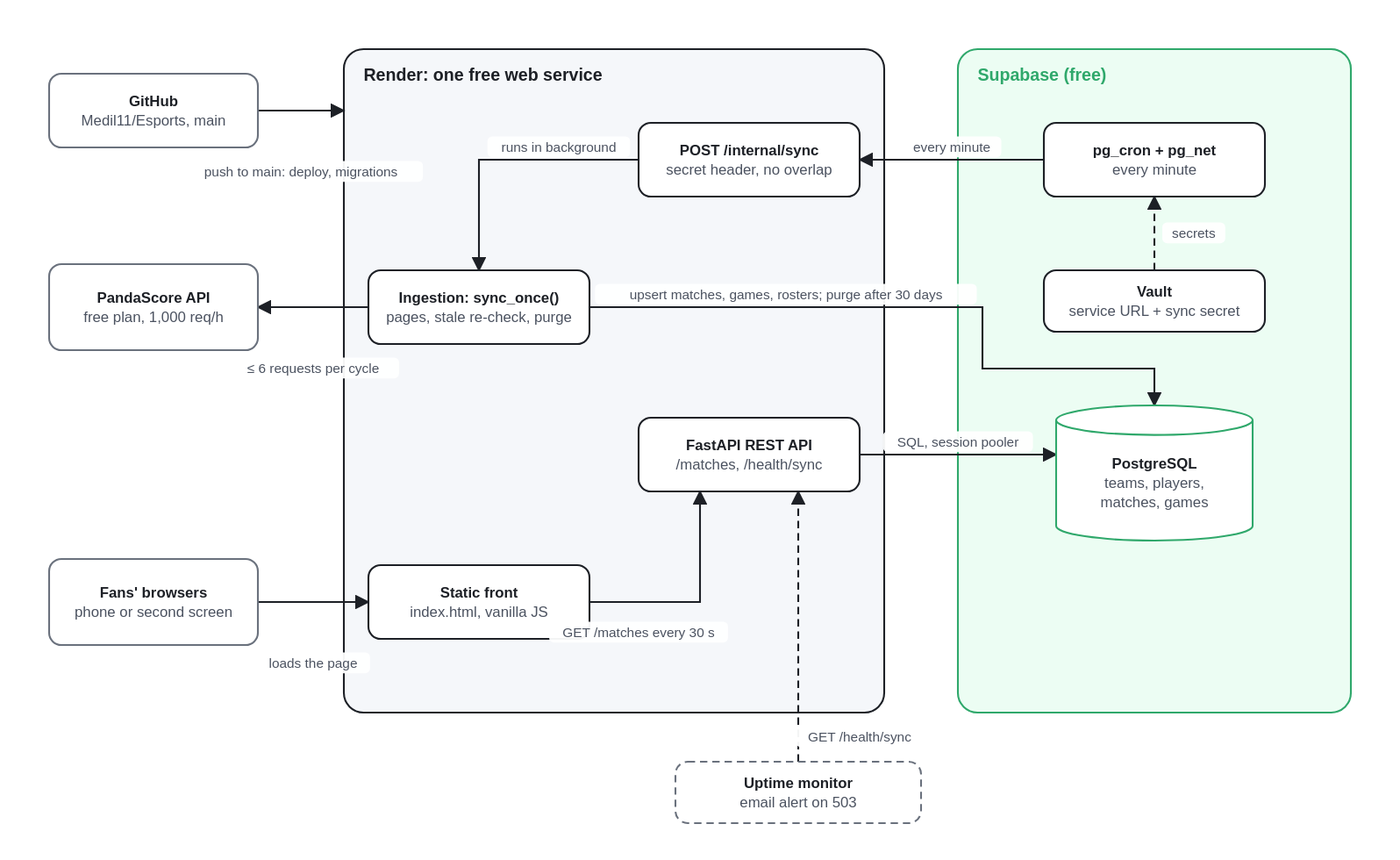
Above: docs/architecture.drawio.svg in Medil11/Undercard (draw.io), before the change. Source tidied: cells renumbered, new cells last; positions are measured from the earlier drawing's top-left corner, leaving out a move shared by most shapes. Its diagram source:
```xml
<mxGraphModel background="#ffffff">
  <root>
    <mxCell id="0" />
    <mxCell id="1" parent="0" />
    <mxCell id="2" value="Render: one free web service" style="rounded=1;arcSize=4;whiteSpace=wrap;html=1;fillColor=#f5f7fa;strokeColor=#1d2026;verticalAlign=top;align=left;spacingLeft=14;spacingTop=8;fontStyle=1;fontSize=14;" parent="1" vertex="1">
      <mxGeometry x="240" width="440" height="540" as="geometry" />
    </mxCell>
    <mxCell id="3" value="Supabase (free)" style="rounded=1;arcSize=4;whiteSpace=wrap;html=1;fillColor=#ecfdf3;strokeColor=#2fa86b;verticalAlign=top;align=left;spacingLeft=14;spacingTop=8;fontStyle=1;fontSize=14;" parent="1" vertex="1">
      <mxGeometry x="740" width="320" height="540" as="geometry" />
    </mxCell>
    <mxCell id="4" value="&lt;b&gt;POST /internal/sync&lt;/b&gt;&lt;br&gt;secret header, no overlap" style="rounded=1;arcSize=14;whiteSpace=wrap;html=1;fillColor=#ffffff;strokeColor=#1d2026;fontSize=12;" parent="2" vertex="1">
      <mxGeometry x="240" y="60" width="180" height="60" as="geometry" />
    </mxCell>
    <mxCell id="5" value="&lt;b&gt;Ingestion: sync_once()&lt;/b&gt;&lt;br&gt;pages, stale re-check, purge" style="rounded=1;arcSize=14;whiteSpace=wrap;html=1;fillColor=#ffffff;strokeColor=#1d2026;fontSize=12;" parent="2" vertex="1">
      <mxGeometry x="20" y="180" width="180" height="60" as="geometry" />
    </mxCell>
    <mxCell id="6" value="&lt;b&gt;FastAPI REST API&lt;/b&gt;&lt;br&gt;/matches, /health/sync" style="rounded=1;arcSize=14;whiteSpace=wrap;html=1;fillColor=#ffffff;strokeColor=#1d2026;fontSize=12;" parent="2" vertex="1">
      <mxGeometry x="240" y="300" width="180" height="60" as="geometry" />
    </mxCell>
    <mxCell id="7" value="&lt;b&gt;Static front&lt;/b&gt;&lt;br&gt;index.html, vanilla JS" style="rounded=1;arcSize=14;whiteSpace=wrap;html=1;fillColor=#ffffff;strokeColor=#1d2026;fontSize=12;" parent="2" vertex="1">
      <mxGeometry x="20" y="420" width="180" height="60" as="geometry" />
    </mxCell>
    <mxCell id="8" value="&lt;b&gt;pg_cron + pg_net&lt;/b&gt;&lt;br&gt;every minute" style="rounded=1;arcSize=14;whiteSpace=wrap;html=1;fillColor=#ffffff;strokeColor=#1d2026;fontSize=12;" parent="3" vertex="1">
      <mxGeometry x="70" y="60" width="180" height="60" as="geometry" />
    </mxCell>
    <mxCell id="9" value="&lt;b&gt;Vault&lt;/b&gt;&lt;br&gt;service URL + sync secret" style="rounded=1;arcSize=14;whiteSpace=wrap;html=1;fillColor=#ffffff;strokeColor=#1d2026;fontSize=12;" parent="3" vertex="1">
      <mxGeometry x="70" y="180" width="180" height="50" as="geometry" />
    </mxCell>
    <mxCell id="10" value="&lt;b&gt;PostgreSQL&lt;/b&gt;&lt;br&gt;teams, players,&lt;br&gt;matches, games" style="shape=cylinder3;boundedLbl=1;size=12;whiteSpace=wrap;html=1;fillColor=#ffffff;strokeColor=#2fa86b;fontSize=12;" parent="3" vertex="1">
      <mxGeometry x="80" y="290" width="160" height="110" as="geometry" />
    </mxCell>
    <mxCell id="11" value="&lt;b&gt;PandaScore API&lt;/b&gt;&lt;br&gt;free plan, 1,000 req/h" style="rounded=1;arcSize=14;whiteSpace=wrap;html=1;fillColor=#ffffff;strokeColor=#6a717d;fontSize=12;" parent="1" vertex="1">
      <mxGeometry y="175" width="170" height="70" as="geometry" />
    </mxCell>
    <mxCell id="12" value="&lt;b&gt;Fans' browsers&lt;/b&gt;&lt;br&gt;phone or second screen" style="rounded=1;arcSize=14;whiteSpace=wrap;html=1;fillColor=#ffffff;strokeColor=#6a717d;fontSize=12;" parent="1" vertex="1">
      <mxGeometry y="415" width="170" height="70" as="geometry" />
    </mxCell>
    <mxCell id="13" value="&lt;b&gt;GitHub&lt;/b&gt;&lt;br&gt;Medil11/Esports, main" style="rounded=1;arcSize=14;whiteSpace=wrap;html=1;fillColor=#ffffff;strokeColor=#6a717d;fontSize=12;" parent="1" vertex="1">
      <mxGeometry y="20" width="170" height="60" as="geometry" />
    </mxCell>
    <mxCell id="14" value="&lt;b&gt;Uptime monitor&lt;/b&gt;&lt;br&gt;email alert on 503" style="rounded=1;arcSize=14;whiteSpace=wrap;html=1;fillColor=#ffffff;strokeColor=#6a717d;fontSize=12;dashed=1;" parent="1" vertex="1">
      <mxGeometry x="510" y="580" width="200" height="50" as="geometry" />
    </mxCell>
    <mxCell id="15" value="every minute" style="edgeStyle=orthogonalEdgeStyle;rounded=1;html=1;endArrow=block;endFill=1;strokeColor=#1d2026;fontSize=11;labelBackgroundColor=#ffffff;" parent="1" edge="1" source="8" target="4">
      <mxGeometry relative="1" as="geometry" />
    </mxCell>
    <mxCell id="16" value="runs in background" style="edgeStyle=orthogonalEdgeStyle;rounded=1;html=1;endArrow=block;endFill=1;strokeColor=#1d2026;fontSize=11;labelBackgroundColor=#ffffff;" parent="1" edge="1" source="4" target="5">
      <mxGeometry relative="1" as="geometry">
        <Array as="points">
          <mxPoint x="350" y="90" />
        </Array>
      </mxGeometry>
    </mxCell>
    <mxCell id="17" value="≤ 6 requests per cycle" style="edgeStyle=orthogonalEdgeStyle;rounded=1;html=1;endArrow=block;endFill=1;strokeColor=#1d2026;fontSize=11;labelBackgroundColor=#ffffff;" parent="1" edge="1" source="5" target="11">
      <mxGeometry relative="1" as="geometry" />
    </mxCell>
    <mxCell id="18" value="upsert matches, games, rosters; purge after 30 days" style="edgeStyle=orthogonalEdgeStyle;rounded=1;html=1;endArrow=block;endFill=1;strokeColor=#1d2026;fontSize=11;labelBackgroundColor=#ffffff;" parent="1" edge="1" source="5" target="10">
      <mxGeometry relative="1" as="geometry">
        <Array as="points">
          <mxPoint x="760" y="210" />
          <mxPoint x="760" y="260" />
          <mxPoint x="900" y="260" />
        </Array>
      </mxGeometry>
    </mxCell>
    <mxCell id="19" value="SQL, session pooler" style="edgeStyle=orthogonalEdgeStyle;rounded=1;html=1;endArrow=block;endFill=1;strokeColor=#1d2026;fontSize=11;labelBackgroundColor=#ffffff;" parent="1" edge="1" source="6" target="10">
      <mxGeometry relative="1" as="geometry" />
    </mxCell>
    <mxCell id="20" value="secrets" style="edgeStyle=orthogonalEdgeStyle;rounded=1;html=1;endArrow=block;endFill=1;strokeColor=#1d2026;fontSize=11;labelBackgroundColor=#ffffff;dashed=1;" parent="1" edge="1" source="9" target="8">
      <mxGeometry relative="1" as="geometry" />
    </mxCell>
    <mxCell id="21" value="loads the page" style="edgeStyle=orthogonalEdgeStyle;rounded=1;html=1;endArrow=block;endFill=1;strokeColor=#1d2026;fontSize=11;labelBackgroundColor=#ffffff;" parent="1" edge="1" source="12" target="7">
      <mxGeometry relative="1" as="geometry" />
    </mxCell>
    <mxCell id="22" value="GET /matches every 30 s" style="edgeStyle=orthogonalEdgeStyle;rounded=1;html=1;endArrow=block;endFill=1;strokeColor=#1d2026;fontSize=11;labelBackgroundColor=#ffffff;" parent="1" edge="1" source="7" target="6">
      <mxGeometry relative="1" as="geometry">
        <Array as="points">
          <mxPoint x="530" y="450" />
        </Array>
      </mxGeometry>
    </mxCell>
    <mxCell id="23" value="push to main: deploy, migrations" style="edgeStyle=orthogonalEdgeStyle;rounded=1;html=1;endArrow=block;endFill=1;strokeColor=#1d2026;fontSize=11;labelBackgroundColor=#ffffff;" parent="1" edge="1" source="13" target="2">
      <mxGeometry relative="1" as="geometry" />
    </mxCell>
    <mxCell id="24" value="GET /health/sync" style="edgeStyle=orthogonalEdgeStyle;rounded=1;html=1;endArrow=block;endFill=1;strokeColor=#1d2026;fontSize=11;labelBackgroundColor=#ffffff;dashed=1;" parent="1" edge="1" source="14" target="6">
      <mxGeometry relative="1" as="geometry" />
    </mxCell>
  </root>
</mxGraphModel>
```
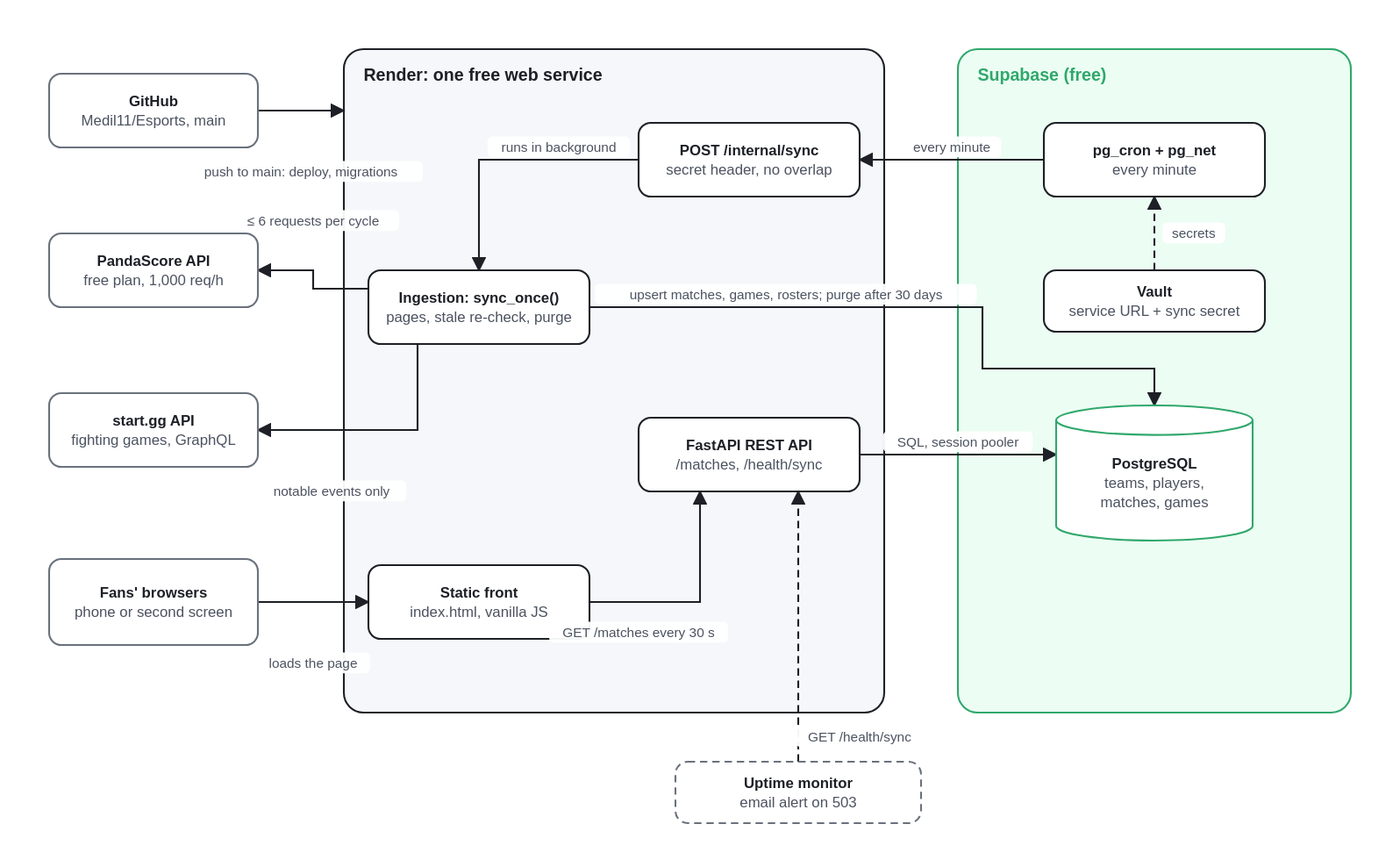
Later version of the same file.

Commit message:
feat(front): show fighting games and document start.gg

Diff of the diagram source:
```diff
@@ -30,8 +30,11 @@
       <mxGeometry x="80" y="290" width="160" height="110" as="geometry" />
     </mxCell>
     <mxCell id="11" value="&lt;b&gt;PandaScore API&lt;/b&gt;&lt;br&gt;free plan, 1,000 req/h" style="rounded=1;arcSize=14;whiteSpace=wrap;html=1;fillColor=#ffffff;strokeColor=#6a717d;fontSize=12;" parent="1" vertex="1">
-      <mxGeometry y="175" width="170" height="70" as="geometry" />
+      <mxGeometry y="150" width="170" height="60" as="geometry" />
     </mxCell>
+    <mxCell id="25" value="&lt;b&gt;start.gg API&lt;/b&gt;&lt;br&gt;fighting games, GraphQL" style="rounded=1;arcSize=14;whiteSpace=wrap;html=1;fillColor=#ffffff;strokeColor=#6a717d;fontSize=12;" parent="1" vertex="1">
+      <mxGeometry y="280" width="170" height="60" as="geometry" />
+    </mxCell>
     <mxCell id="12" value="&lt;b&gt;Fans' browsers&lt;/b&gt;&lt;br&gt;phone or second screen" style="rounded=1;arcSize=14;whiteSpace=wrap;html=1;fillColor=#ffffff;strokeColor=#6a717d;fontSize=12;" parent="1" vertex="1">
       <mxGeometry y="415" width="170" height="70" as="geometry" />
     </mxCell>
@@ -52,8 +55,20 @@
       </mxGeometry>
     </mxCell>
     <mxCell id="17" value="≤ 6 requests per cycle" style="edgeStyle=orthogonalEdgeStyle;rounded=1;html=1;endArrow=block;endFill=1;strokeColor=#1d2026;fontSize=11;labelBackgroundColor=#ffffff;" parent="1" edge="1" source="5" target="11">
-      <mxGeometry relative="1" as="geometry" />
+      <mxGeometry relative="1" as="geometry">
+        <Array as="points">
+          <mxPoint x="215" y="195" />
+          <mxPoint x="215" y="180" />
+        </Array>
+      </mxGeometry>
     </mxCell>
+    <mxCell id="26" value="notable events only" style="edgeStyle=orthogonalEdgeStyle;rounded=1;html=1;endArrow=block;endFill=1;strokeColor=#1d2026;fontSize=11;labelBackgroundColor=#ffffff;" parent="1" edge="1" source="5" target="25">
+      <mxGeometry relative="1" as="geometry">
+        <Array as="points">
+          <mxPoint x="300" y="310" />
+        </Array>
+      </mxGeometry>
+    </mxCell>
     <mxCell id="18" value="upsert matches, games, rosters; purge after 30 days" style="edgeStyle=orthogonalEdgeStyle;rounded=1;html=1;endArrow=block;endFill=1;strokeColor=#1d2026;fontSize=11;labelBackgroundColor=#ffffff;" parent="1" edge="1" source="5" target="10">
       <mxGeometry relative="1" as="geometry">
         <Array as="points">
```
